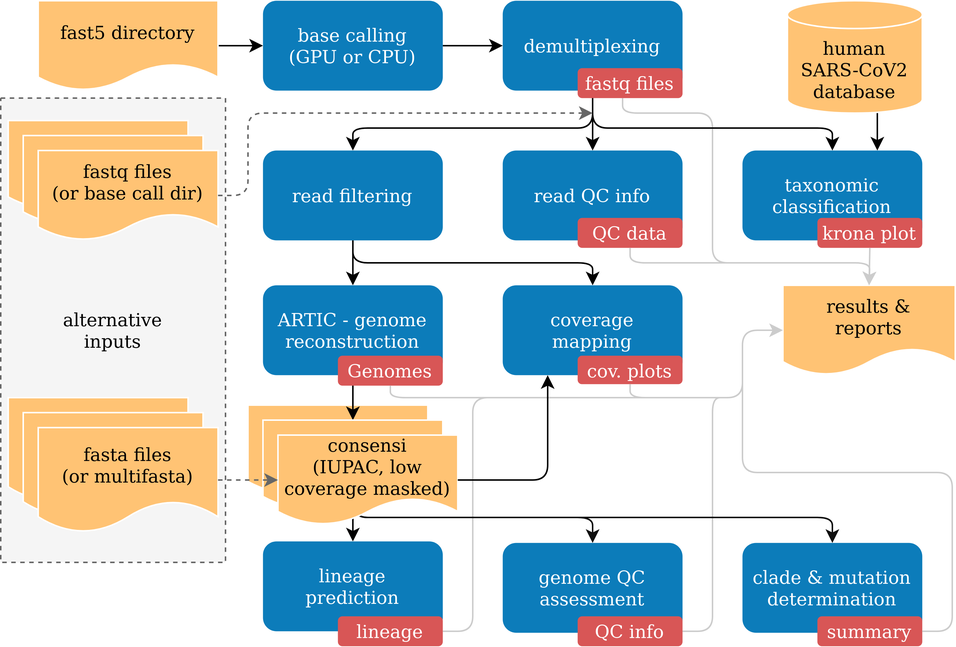
This is data/figures/workflow.png from replikation/poreCov, a draw.io export, as it was before one commit. Source tidied: cells renumbered, new cells last; positions are measured from the earlier drawing's top-left corner, leaving out a move shared by most shapes.
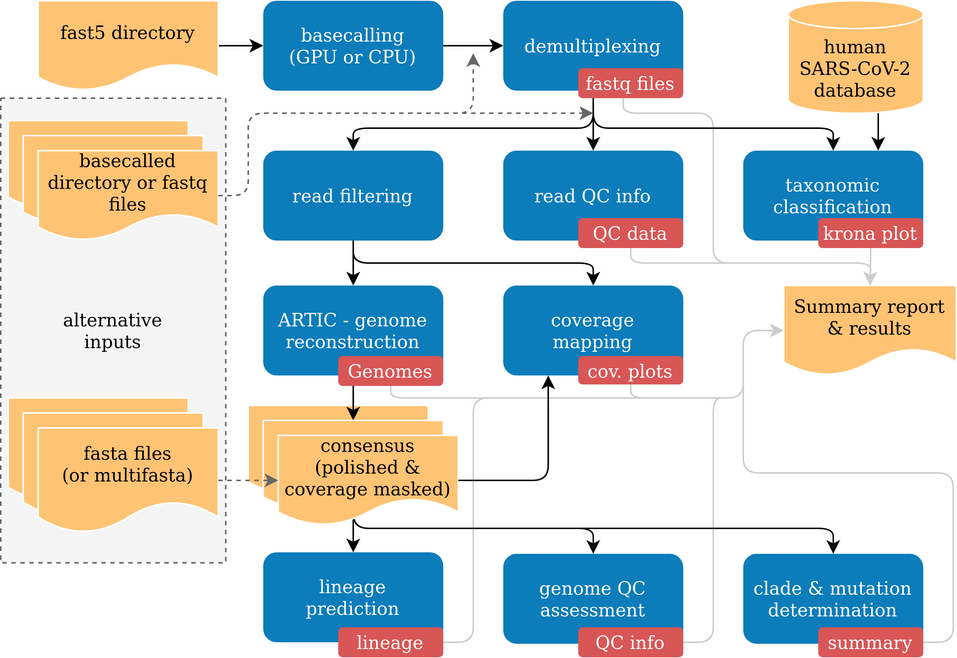
The same diagram one commit later.

What changed in the source:
```diff
@@ -6,7 +6,7 @@
       <mxGeometry relative="1" as="geometry">
         <mxPoint x="485" y="265" as="targetPoint" />
         <Array as="points">
-          <mxPoint x="475" y="421" />
+          <mxPoint x="475" y="428" />
           <mxPoint x="475" y="265" />
         </Array>
       </mxGeometry>
@@ -15,24 +15,26 @@
       <mxGeometry relative="1" as="geometry">
         <mxPoint x="355" y="265" as="targetPoint" />
         <Array as="points">
-          <mxPoint x="315" y="421" />
+          <mxPoint x="315" y="428" />
           <mxPoint x="315" y="265" />
         </Array>
       </mxGeometry>
     </mxCell>
-    <mxCell id="4" style="endArrow=classic;html=1;strokeColor=#0F0F0F;strokeWidth=1;fontColor=#FFFFFF;entryX=0.5;entryY=0;entryDx=0;entryDy=0;exitX=0.5;exitY=0;exitDx=0;exitDy=0;" parent="1" edge="1" source="53" target="36">
+    <mxCell id="4" style="endArrow=classic;html=1;strokeColor=#0F0F0F;strokeWidth=1;fontColor=#FFFFFF;entryX=0.5;entryY=0;entryDx=0;entryDy=0;exitX=0.5;exitY=0;exitDx=0;exitDy=0;" parent="1" edge="1" target="36">
       <mxGeometry relative="1" as="geometry">
+        <mxPoint x="235" y="287" as="sourcePoint" />
         <Array as="points">
-          <mxPoint x="235" y="345" />
-          <mxPoint x="555" y="345" />
+          <mxPoint x="235" y="352" />
+          <mxPoint x="555" y="352" />
         </Array>
       </mxGeometry>
     </mxCell>
-    <mxCell id="5" style="endArrow=classic;html=1;strokeColor=#0F0F0F;strokeWidth=1;fontColor=#FFFFFF;exitX=0.5;exitY=0;exitDx=0;exitDy=0;entryX=0.5;entryY=0;entryDx=0;entryDy=0;" parent="1" edge="1" source="53" target="35">
+    <mxCell id="5" style="endArrow=classic;html=1;strokeColor=#0F0F0F;strokeWidth=1;fontColor=#FFFFFF;exitX=0.5;exitY=0;exitDx=0;exitDy=0;entryX=0.5;entryY=0;entryDx=0;entryDy=0;" parent="1" edge="1" target="35">
       <mxGeometry relative="1" as="geometry">
+        <mxPoint x="235" y="287" as="sourcePoint" />
         <Array as="points">
-          <mxPoint x="235" y="345" />
-          <mxPoint x="395" y="345" />
+          <mxPoint x="235" y="352" />
+          <mxPoint x="395" y="352" />
         </Array>
       </mxGeometry>
     </mxCell>
@@ -47,8 +49,10 @@
         </Array>
       </mxGeometry>
     </mxCell>
-    <mxCell id="7" style="endArrow=classic;html=1;fontColor=#FFFFFF;entryX=0.5;entryY=0;entryDx=0;entryDy=0;exitX=0.5;exitY=0;exitDx=0;exitDy=0;" parent="1" edge="1" source="53" target="33">
-      <mxGeometry relative="1" as="geometry" />
+    <mxCell id="7" style="endArrow=classic;html=1;fontColor=#FFFFFF;entryX=0.5;entryY=0;entryDx=0;entryDy=0;exitX=0.5;exitY=0;exitDx=0;exitDy=0;" parent="1" edge="1" target="33">
+      <mxGeometry relative="1" as="geometry">
+        <mxPoint x="235" y="287" as="sourcePoint" />
+      </mxGeometry>
     </mxCell>
     <mxCell id="8" style="rounded=0;whiteSpace=wrap;html=1;dashed=1;fillColor=#f5f5f5;strokeColor=#666666;fontColor=#333333;" parent="1" vertex="1">
       <mxGeometry y="65" width="150" height="310" as="geometry" />
@@ -56,7 +60,7 @@
     <mxCell id="9" style="edgeStyle=orthogonalEdgeStyle;rounded=0;jettySize=auto;html=1;" parent="1" edge="1" source="10" target="12">
       <mxGeometry relative="1" as="geometry" />
     </mxCell>
-    <mxCell id="10" value="&lt;div&gt;base calling&lt;/div&gt;&lt;div&gt;(GPU or CPU)&lt;br&gt;&lt;/div&gt;" style="rounded=1;whiteSpace=wrap;html=1;strokeColor=none;fillColor=#0c7cbaff;fontColor=#FFFFFF;" parent="1" vertex="1">
+    <mxCell id="10" value="&lt;div&gt;basecalling&lt;/div&gt;&lt;div&gt;(GPU or CPU)&lt;br&gt;&lt;/div&gt;" style="rounded=1;whiteSpace=wrap;html=1;strokeColor=none;fillColor=#0c7cbaff;fontColor=#FFFFFF;" parent="1" vertex="1">
       <mxGeometry x="175" width="120" height="60" as="geometry" />
     </mxCell>
     <mxCell id="11" style="edgeStyle=orthogonalEdgeStyle;rounded=0;jettySize=auto;html=1;" parent="1" edge="1" source="12" target="27">
@@ -74,7 +78,7 @@
     <mxCell id="15" value="cov. plots" style="rounded=1;whiteSpace=wrap;html=1;strokeColor=none;fillColor=#d85656ff;fontColor=#FFFFFF;" parent="1" vertex="1">
       <mxGeometry x="385" y="237" width="70" height="19" as="geometry" />
     </mxCell>
-    <mxCell id="16" value="human &lt;br&gt;SARS-CoV2 database" style="shape=cylinder3;whiteSpace=wrap;html=1;boundedLbl=1;backgroundOutline=1;size=9.275862068965523;strokeColor=#FFFFFF;fillColor=#ffc374ff;" parent="1" vertex="1">
+    <mxCell id="16" value="human &lt;br&gt;SARS-CoV-2 database" style="shape=cylinder3;whiteSpace=wrap;html=1;boundedLbl=1;backgroundOutline=1;size=9.275862068965523;strokeColor=#FFFFFF;fillColor=#ffc374ff;" parent="1" vertex="1">
       <mxGeometry x="525" width="90" height="75" as="geometry" />
     </mxCell>
     <mxCell id="17" style="edgeStyle=orthogonalEdgeStyle;rounded=0;jettySize=auto;html=1;exitX=1;exitY=0.5;exitDx=0;exitDy=0;entryX=0;entryY=0.5;entryDx=0;entryDy=0;" parent="1" edge="1" source="18" target="10">
@@ -89,7 +93,7 @@
     <mxCell id="20" style="shape=document;whiteSpace=wrap;html=1;boundedLbl=1;strokeColor=#FFFFFF;fillColor=#ffc374ff;" parent="1" vertex="1">
       <mxGeometry x="15" y="90" width="120" height="60" as="geometry" />
     </mxCell>
-    <mxCell id="21" value="fastq files&lt;br&gt;(or base call dir)" style="shape=document;whiteSpace=wrap;html=1;boundedLbl=1;strokeColor=#FFFFFF;fillColor=#ffc374ff;" parent="1" vertex="1">
+    <mxCell id="21" value="basecalled directory or fastq files" style="shape=document;whiteSpace=wrap;html=1;boundedLbl=1;strokeColor=#FFFFFF;fillColor=#ffc374ff;" parent="1" vertex="1">
       <mxGeometry x="25" y="100" width="120" height="60" as="geometry" />
     </mxCell>
     <mxCell id="22" style="shape=document;whiteSpace=wrap;html=1;boundedLbl=1;strokeColor=#FFFFFF;fillColor=#ffc374ff;" parent="1" vertex="1">
@@ -147,7 +151,7 @@
       </mxGeometry>
     </mxCell>
     <mxCell id="33" value="&lt;div&gt;lineage &lt;br&gt;&lt;/div&gt;&lt;div&gt;prediction &lt;/div&gt;" style="whiteSpace=wrap;html=1;rounded=1;strokeColor=none;fillColor=#0c7cbaff;fontColor=#FFFFFF;" parent="1" vertex="1">
-      <mxGeometry x="175" y="361" width="120" height="60" as="geometry" />
+      <mxGeometry x="175" y="368" width="120" height="60" as="geometry" />
     </mxCell>
     <mxCell id="34" style="endArrow=classic;html=1;" parent="1" edge="1">
       <mxGeometry relative="1" as="geometry">
@@ -156,10 +160,10 @@
       </mxGeometry>
     </mxCell>
     <mxCell id="35" value="genome QC assessment" style="whiteSpace=wrap;html=1;rounded=1;strokeColor=none;fillColor=#0c7cbaff;fontColor=#FFFFFF;" parent="1" vertex="1">
-      <mxGeometry x="335" y="362" width="120" height="60" as="geometry" />
+      <mxGeometry x="335" y="369" width="120" height="60" as="geometry" />
     </mxCell>
     <mxCell id="36" value="clade &amp;amp; mutation determination" style="whiteSpace=wrap;html=1;rounded=1;strokeColor=none;fillColor=#0c7cbaff;fontColor=#FFFFFF;" parent="1" vertex="1">
-      <mxGeometry x="495" y="362" width="120" height="60" as="geometry" />
+      <mxGeometry x="495" y="369" width="120" height="60" as="geometry" />
     </mxCell>
     <mxCell id="37" value="fastq files" style="rounded=1;whiteSpace=wrap;html=1;strokeColor=none;fillColor=#d85656ff;fontColor=#FFFFFF;" parent="1" vertex="1">
       <mxGeometry x="385" y="45" width="70" height="20" as="geometry" />
@@ -182,20 +186,20 @@
     <mxCell id="43" value="Genomes" style="rounded=1;whiteSpace=wrap;html=1;strokeColor=none;fillColor=#d85656ff;fontColor=#FFFFFF;" parent="1" vertex="1">
       <mxGeometry x="225" y="237" width="70" height="20" as="geometry" />
     </mxCell>
-    <mxCell id="44" value="results &amp;amp; &lt;br&gt;reports" style="shape=document;whiteSpace=wrap;html=1;boundedLbl=1;strokeColor=#FFFFFF;fillColor=#ffc374ff;" parent="1" vertex="1">
+    <mxCell id="44" value="Summary report &amp;amp; results" style="shape=document;whiteSpace=wrap;html=1;boundedLbl=1;strokeColor=#FFFFFF;fillColor=#ffc374ff;" parent="1" vertex="1">
       <mxGeometry x="522" y="190" width="115" height="60" as="geometry" />
     </mxCell>
     <mxCell id="45" value="lineage" style="rounded=1;whiteSpace=wrap;html=1;strokeColor=none;fillColor=#d85656ff;fontColor=#FFFFFF;" parent="1" vertex="1">
-      <mxGeometry x="225" y="411" width="70" height="20" as="geometry" />
+      <mxGeometry x="225" y="418" width="70" height="20" as="geometry" />
     </mxCell>
     <mxCell id="46" style="endArrow=classic;html=1;fontColor=#FFFFFF;exitX=0.5;exitY=1;exitDx=0;exitDy=0;entryX=0.5;entryY=0;entryDx=0;entryDy=0;fillColor=#f5f5f5;strokeColor=#CCCCCC;" parent="1" edge="1" source="39" target="44">
       <mxGeometry relative="1" as="geometry" />
     </mxCell>
     <mxCell id="47" value="QC info" style="rounded=1;whiteSpace=wrap;html=1;strokeColor=none;fillColor=#d85656ff;fontColor=#FFFFFF;" parent="1" vertex="1">
-      <mxGeometry x="385" y="411" width="70" height="20" as="geometry" />
+      <mxGeometry x="385" y="418" width="70" height="20" as="geometry" />
     </mxCell>
     <mxCell id="48" value="summary" style="rounded=1;whiteSpace=wrap;html=1;strokeColor=none;fillColor=#d85656ff;fontColor=#FFFFFF;" parent="1" vertex="1">
-      <mxGeometry x="545" y="411" width="70" height="20" as="geometry" />
+      <mxGeometry x="545" y="418" width="70" height="20" as="geometry" />
     </mxCell>
     <mxCell id="49" style="endArrow=classic;html=1;strokeWidth=1;fontColor=#FFFFFF;exitX=0.5;exitY=1;exitDx=0;exitDy=0;entryX=0.5;entryY=0;entryDx=0;entryDy=0;fillColor=#f5f5f5;endFill=1;strokeColor=#CCCCCC;" parent="1" edge="1" source="38" target="44">
       <mxGeometry relative="1" as="geometry">
@@ -226,7 +230,7 @@
       <mxGeometry relative="1" as="geometry">
         <mxPoint x="495" y="245" as="targetPoint" />
         <Array as="points">
-          <mxPoint x="635" y="421" />
+          <mxPoint x="635" y="428" />
           <mxPoint x="635" y="315" />
           <mxPoint x="495" y="315" />
         </Array>
@@ -235,7 +239,7 @@
     <mxCell id="53" style="shape=document;whiteSpace=wrap;html=1;boundedLbl=1;strokeColor=#FFFFFF;fillColor=#ffc374ff;" parent="1" vertex="1">
       <mxGeometry x="175" y="280" width="120" height="60" as="geometry" />
     </mxCell>
-    <mxCell id="54" value="consensi &lt;br&gt;(IUPAC, low coverage masked)" style="shape=document;whiteSpace=wrap;html=1;boundedLbl=1;strokeColor=#FFFFFF;fillColor=#ffc374ff;" parent="1" vertex="1">
+    <mxCell id="54" value="consensus (polished &amp;amp; coverage masked)" style="shape=document;whiteSpace=wrap;html=1;boundedLbl=1;strokeColor=#FFFFFF;fillColor=#ffc374ff;" parent="1" vertex="1">
       <mxGeometry x="185" y="290" width="120" height="60" as="geometry" />
     </mxCell>
     <mxCell id="55" style="edgeStyle=orthogonalEdgeStyle;rounded=0;jettySize=auto;html=1;dashed=1;fillColor=#f5f5f5;strokeColor=#666666;" parent="1" edge="1" source="24" target="54">
@@ -248,5 +252,16 @@
         </Array>
       </mxGeometry>
     </mxCell>
+    <mxCell id="57" style="endArrow=classic;html=1;dashed=1;exitX=1;exitY=0.5;exitDx=0;exitDy=0;fillColor=#f5f5f5;strokeColor=#666666;" parent="1" edge="1">
+      <mxGeometry relative="1" as="geometry">
+        <mxPoint x="145" y="130" as="sourcePoint" />
+        <mxPoint x="315" y="35" as="targetPoint" />
+        <Array as="points">
+          <mxPoint x="165" y="130" />
+          <mxPoint x="165" y="75" />
+          <mxPoint x="315" y="75" />
+        </Array>
+      </mxGeometry>
+    </mxCell>
   </root>
 </mxGraphModel>
```
